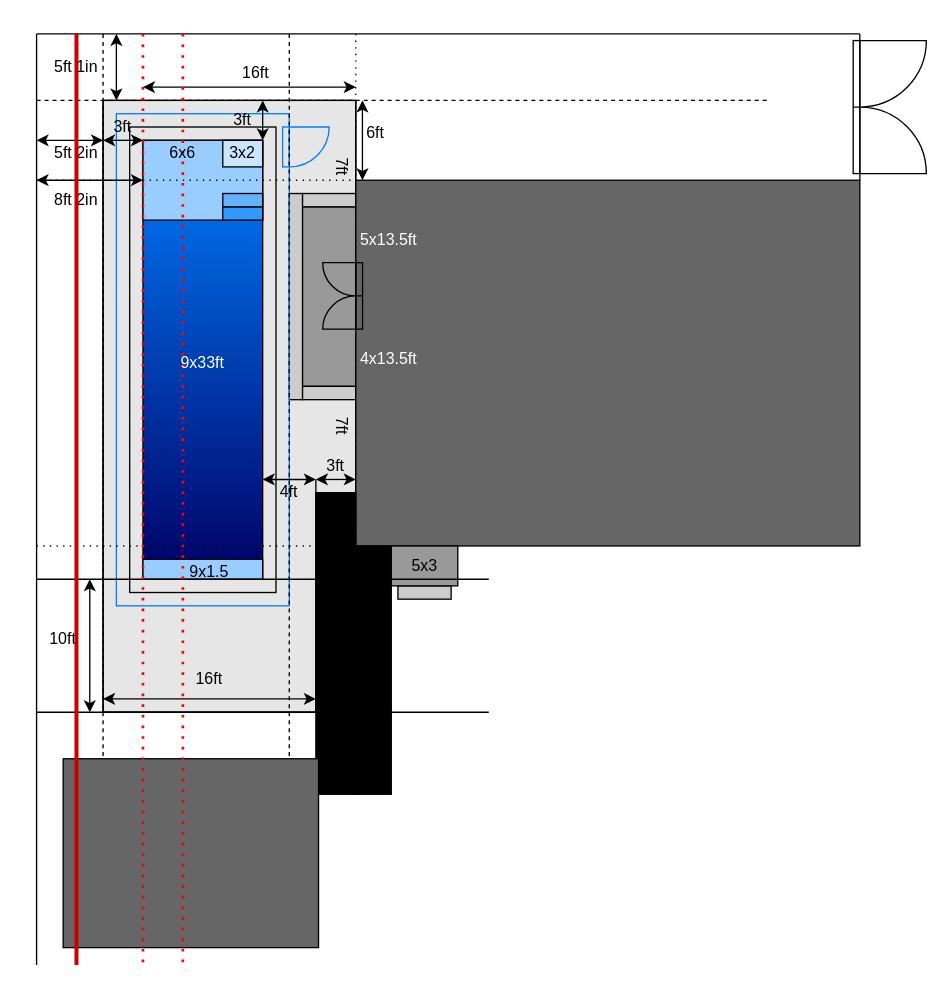
hikumealan/draw-io-diagrams keeps this draw.io diagram as PoolPlan.drawio. Above is the earlier version. Source tidied: cells renumbered, new cells numbered last; positions are measured from the earlier drawing's top-left corner, leaving out a move shared by most shapes. Both pictures are drawn from the tidied source at 133%, with x=0, y=0 at pixel (23, 33).
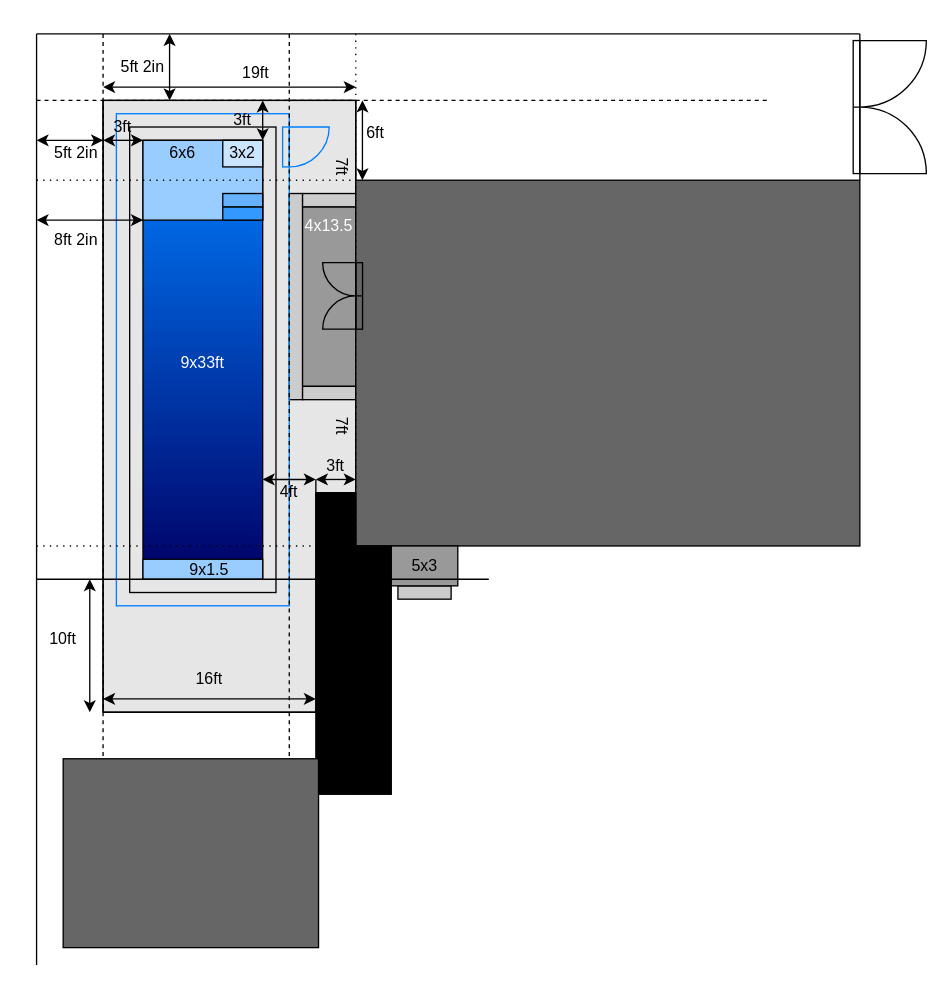
After the change.

The edit, as a diff of the source:
```diff
@@
     <mxCell id="30" style="endArrow=classic;startArrow=classic;html=1;rounded=0;" parent="1" edge="1">
       <mxGeometry relative="1" as="geometry">
-        <mxPoint x="90" y="40" as="sourcePoint" />
+        <mxPoint x="60" y="40" as="sourcePoint" />
         <mxPoint x="250" y="40" as="targetPoint" />
       </mxGeometry>
     </mxCell>
-    <mxCell id="31" value="16ft" style="text;html=1;strokeColor=none;fillColor=none;align=center;verticalAlign=middle;whiteSpace=wrap;rounded=0;" parent="1" vertex="1">
+    <mxCell id="31" value="19ft" style="text;html=1;strokeColor=none;fillColor=none;align=center;verticalAlign=middle;whiteSpace=wrap;rounded=0;" parent="1" vertex="1">
       <mxGeometry x="145" y="15" width="60" height="30" as="geometry" />
     </mxCell>
@@
     <mxCell id="37" style="endArrow=classic;startArrow=classic;html=1;rounded=0;fontColor=#FFFFFF;" parent="1" edge="1">
       <mxGeometry relative="1" as="geometry">
-        <mxPoint x="70" as="sourcePoint" />
-        <mxPoint x="70" y="50" as="targetPoint" />
+        <mxPoint x="110" as="sourcePoint" />
+        <mxPoint x="110" y="50" as="targetPoint" />
       </mxGeometry>
     </mxCell>
@@
-    <mxCell id="40" value="5ft 1in" style="text;html=1;strokeColor=none;fillColor=none;align=center;verticalAlign=middle;whiteSpace=wrap;rounded=0;" parent="1" vertex="1">
-      <mxGeometry x="10" y="10" width="60" height="30" as="geometry" />
+    <mxCell id="40" value="5ft 2in" style="text;html=1;strokeColor=none;fillColor=none;align=center;verticalAlign=middle;whiteSpace=wrap;rounded=0;" parent="1" vertex="1">
+      <mxGeometry x="60" y="10" width="60" height="30" as="geometry" />
     </mxCell>
@@
     <mxCell id="48" value="9x1.5" style="text;html=1;strokeColor=none;fillColor=none;align=center;verticalAlign=middle;whiteSpace=wrap;rounded=0;" parent="1" vertex="1">
-      <mxGeometry x="110" y="390" width="60" height="30" as="geometry" />
+      <mxGeometry x="110" y="388" width="60" height="30" as="geometry" />
     </mxCell>
@@
-    <mxCell id="51" style="endArrow=none;html=1;rounded=0;fontColor=#FFFFFF;" parent="1" edge="1">
-      <mxGeometry relative="1" as="geometry">
-        <mxPoint x="10" y="510" as="sourcePoint" />
-        <mxPoint x="350" y="510" as="targetPoint" />
-      </mxGeometry>
-    </mxCell>
@@
     <mxCell id="54" style="endArrow=classic;startArrow=classic;html=1;rounded=0;fontColor=#FFFFFF;" parent="1" edge="1">
       <mxGeometry relative="1" as="geometry">
-        <mxPoint x="10" y="110" as="sourcePoint" />
-        <mxPoint x="90" y="110" as="targetPoint" />
+        <mxPoint x="10" y="140" as="sourcePoint" />
+        <mxPoint x="90" y="140" as="targetPoint" />
       </mxGeometry>
     </mxCell>
     <mxCell id="55" value="8ft 2in" style="text;html=1;strokeColor=none;fillColor=none;align=center;verticalAlign=middle;whiteSpace=wrap;rounded=0;" parent="1" vertex="1">
-      <mxGeometry x="10" y="110" width="60" height="30" as="geometry" />
+      <mxGeometry x="10" y="140" width="60" height="30" as="geometry" />
     </mxCell>
@@
-    <mxCell id="66" style="endArrow=none;html=1;rounded=0;strokeColor=#CC0000;strokeWidth=3;" parent="1" edge="1">
-      <mxGeometry relative="1" as="geometry">
-        <mxPoint x="40" as="sourcePoint" />
-        <mxPoint x="40" y="700" as="targetPoint" />
-      </mxGeometry>
-    </mxCell>
-    <mxCell id="67" style="endArrow=none;dashed=1;html=1;dashPattern=1 3;strokeWidth=2;rounded=0;strokeColor=#FF0000;" parent="1" edge="1">
-      <mxGeometry relative="1" as="geometry">
-        <mxPoint x="120" as="sourcePoint" />
-        <mxPoint x="120" y="700" as="targetPoint" />
-      </mxGeometry>
-    </mxCell>
-    <mxCell id="68" style="endArrow=none;dashed=1;html=1;dashPattern=1 3;strokeWidth=2;rounded=0;strokeColor=#FF0000;" parent="1" edge="1">
-      <mxGeometry relative="1" as="geometry">
-        <mxPoint x="90" as="sourcePoint" />
-        <mxPoint x="90" y="700" as="targetPoint" />
-      </mxGeometry>
-    </mxCell>
-    <mxCell id="69" value="&lt;font color=&quot;#ffffff&quot;&gt;5x13.5ft&lt;/font&gt;" style="text;html=1;strokeColor=none;fillColor=none;align=center;verticalAlign=middle;whiteSpace=wrap;rounded=0;rotation=0;" parent="1" vertex="1">
-      <mxGeometry x="245" y="140" width="60" height="30" as="geometry" />
-    </mxCell>
-    <mxCell id="70" value="&lt;font color=&quot;#ffffff&quot;&gt;4x13.5ft&lt;/font&gt;" style="text;html=1;strokeColor=none;fillColor=none;align=center;verticalAlign=middle;whiteSpace=wrap;rounded=0;rotation=0;" parent="1" vertex="1">
-      <mxGeometry x="245" y="230" width="60" height="30" as="geometry" />
+    <mxCell id="70" value="&lt;font color=&quot;#ffffff&quot;&gt;4x13.5&lt;/font&gt;" style="text;html=1;strokeColor=none;fillColor=none;align=center;verticalAlign=middle;whiteSpace=wrap;rounded=0;rotation=0;" parent="1" vertex="1">
+      <mxGeometry x="200" y="130" width="60" height="30" as="geometry" />
     </mxCell>
```
